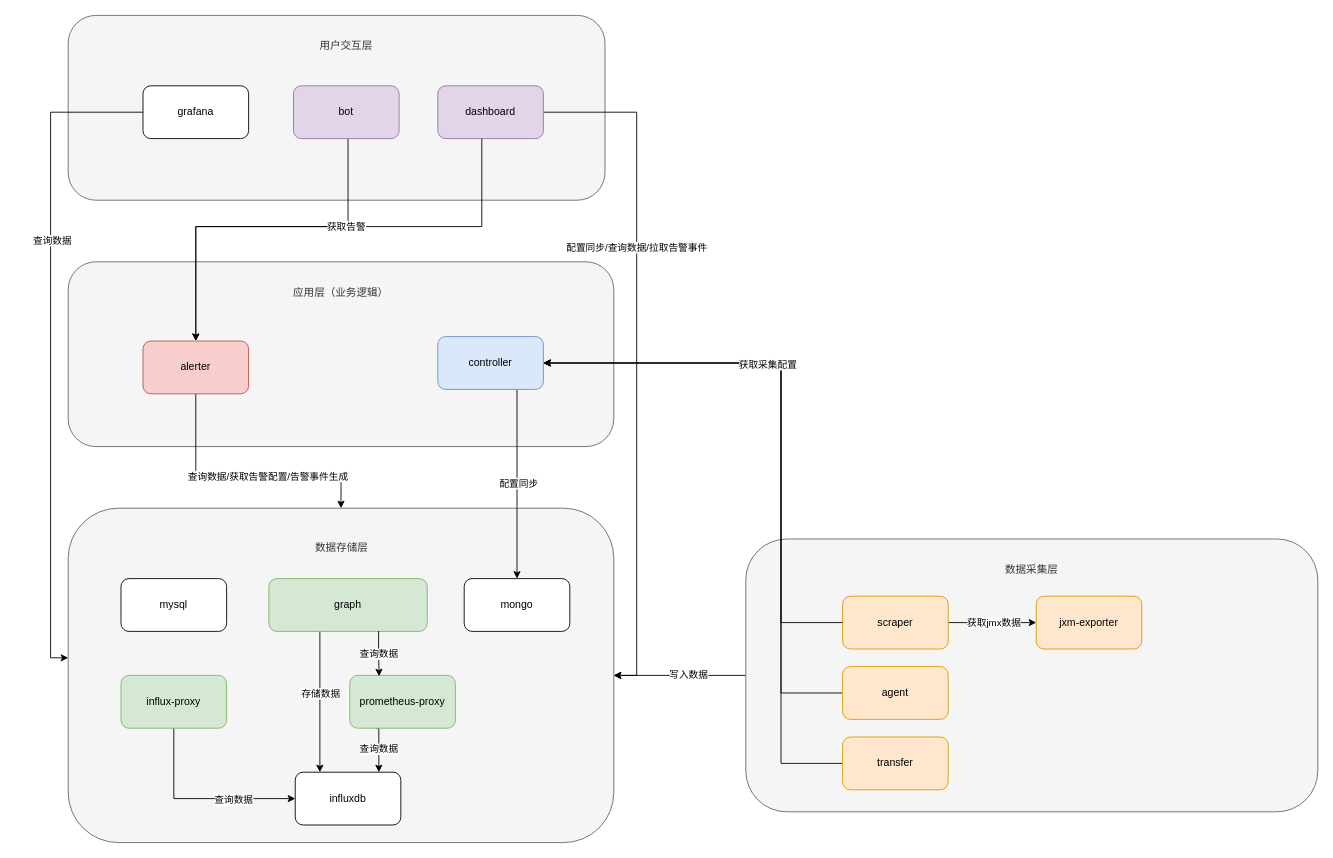
Above: polaris分层架构图.drawio in wupei-w/diagrams (draw.io), before the change. Source tidied: cells renumbered, new cells numbered last; positions are measured from the earlier drawing's top-left corner, leaving out a move shared by most shapes. Both pictures are drawn from the tidied source at 88%, with x=0, y=0 at pixel (50, 15).
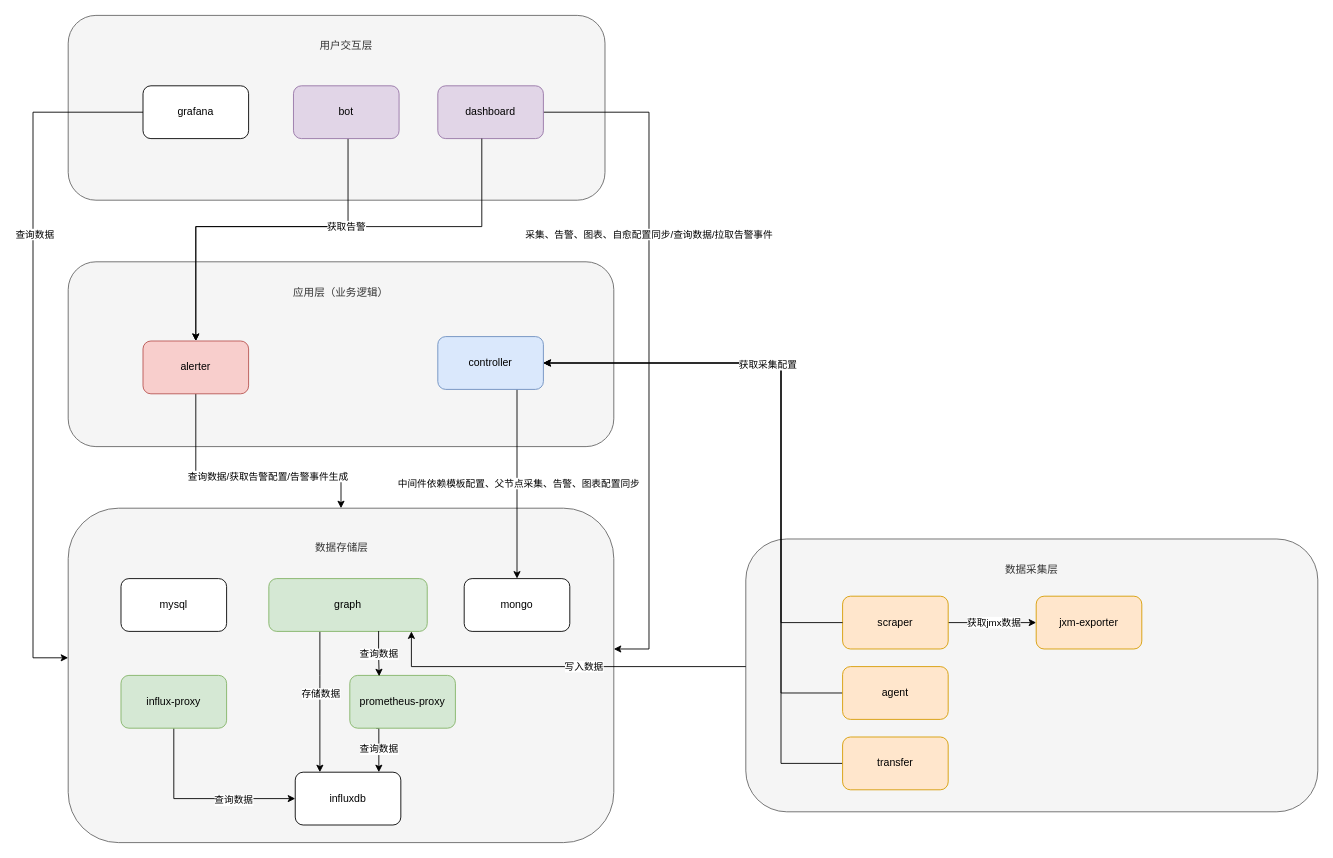
The same page after the edit.

Commit message:
更新polaris分层架构图.drawio

Unchanged cells that the change refers to:
```xml
<mxCell id="4" style="rounded=1;whiteSpace=wrap;html=1;fillColor=#f5f5f5;fontColor=#333333;strokeColor=#666666;" parent="1" vertex="1">
  <mxGeometry x="790" y="595" width="650" height="310" as="geometry" />
</mxCell>
<mxCell id="5" style="rounded=1;whiteSpace=wrap;html=1;fillColor=#f5f5f5;fontColor=#333333;strokeColor=#666666;" parent="1" vertex="1">
  <mxGeometry x="20" y="560" width="620" height="380" as="geometry" />
</mxCell>
<mxCell id="9" value="graph" style="rounded=1;whiteSpace=wrap;html=1;fillColor=#d5e8d4;strokeColor=#82b366;" parent="1" vertex="1">
  <mxGeometry x="248" y="640" width="180" height="60" as="geometry" />
</mxCell>
<mxCell id="20" style="edgeStyle=orthogonalEdgeStyle;rounded=0;jettySize=auto;html=1;entryX=0.5;entryY=0;entryDx=0;entryDy=0;" parent="1" edge="1" source="22" target="36">
  <mxGeometry relative="1" as="geometry">
    <Array as="points">
      <mxPoint x="530" y="470" />
      <mxPoint x="530" y="470" />
    </Array>
  </mxGeometry>
</mxCell>
<mxCell id="28" value="dashboard" style="rounded=1;whiteSpace=wrap;html=1;fillColor=#e1d5e7;strokeColor=#9673a6;" parent="1" vertex="1">
  <mxGeometry x="440" y="80" width="120" height="60" as="geometry" />
</mxCell>
<mxCell id="31" value="grafana" style="rounded=1;whiteSpace=wrap;html=1;" parent="1" vertex="1">
  <mxGeometry x="105" y="80" width="120" height="60" as="geometry" />
</mxCell>
```

Diff of the diagram source:
```diff
@@
-    <mxCell id="2" style="edgeStyle=orthogonalEdgeStyle;rounded=0;jettySize=auto;html=1;entryX=1;entryY=0.5;entryDx=0;entryDy=0;" parent="1" edge="1" source="4" target="5">
-      <mxGeometry relative="1" as="geometry" />
-    </mxCell>
-    <mxCell id="3" value="写入数据" style="edgeLabel;html=1;align=center;verticalAlign=middle;" parent="2" vertex="1">
-      <mxGeometry x="-0.12" y="-1" relative="1" as="geometry" />
-    </mxCell>
@@
-    <mxCell id="21" value="配置同步" style="edgeLabel;html=1;align=center;verticalAlign=middle;" parent="20" vertex="1">
+    <mxCell id="21" value="中间件依赖模板配置、父节点采集、告警、图表配置同步" style="edgeLabel;html=1;align=center;verticalAlign=middle;" parent="20" vertex="1">
       <mxGeometry x="-0.01" y="1" relative="1" as="geometry" />
     </mxCell>
@@
-    <mxCell id="26" style="edgeStyle=orthogonalEdgeStyle;rounded=0;jettySize=auto;html=1;entryX=1;entryY=0.5;entryDx=0;entryDy=0;" parent="1" edge="1" source="28" target="5">
+    <mxCell id="26" style="edgeStyle=orthogonalEdgeStyle;rounded=0;jettySize=auto;html=1;" parent="1" edge="1" source="28">
       <mxGeometry relative="1" as="geometry">
+        <mxPoint x="640" y="720" as="targetPoint" />
         <Array as="points">
-          <mxPoint x="666" y="110" />
-          <mxPoint x="666" y="750" />
+          <mxPoint x="680" y="110" />
+          <mxPoint x="680" y="720" />
         </Array>
       </mxGeometry>
     </mxCell>
-    <mxCell id="27" value="配置同步/查询数据/拉取告警事件" style="edgeLabel;html=1;align=center;verticalAlign=middle;" parent="26" vertex="1">
+    <mxCell id="27" value="采集、告警、图表、自愈配置同步/查询数据/拉取告警事件" style="edgeLabel;html=1;align=center;verticalAlign=middle;" parent="26" vertex="1">
       <mxGeometry x="-0.33" y="-1" relative="1" as="geometry" />
     </mxCell>
@@
     <mxCell id="29" style="edgeStyle=orthogonalEdgeStyle;rounded=0;jettySize=auto;html=1;" parent="1" edge="1" source="31">
       <mxGeometry relative="1" as="geometry">
         <mxPoint x="20" y="730" as="targetPoint" />
         <Array as="points">
-          <mxPoint y="110" />
-          <mxPoint y="730" />
-          <mxPoint x="20" y="730" />
+          <mxPoint x="-20" y="110" />
+          <mxPoint x="-20" y="730" />
         </Array>
       </mxGeometry>
     </mxCell>
@@
+    <mxCell id="2" style="edgeStyle=orthogonalEdgeStyle;rounded=0;jettySize=auto;html=1;" parent="1" edge="1" source="4" target="9">
+      <mxGeometry relative="1" as="geometry">
+        <Array as="points">
+          <mxPoint x="410" y="740" />
+        </Array>
+      </mxGeometry>
+    </mxCell>
+    <mxCell id="3" value="写入数据" style="edgeLabel;html=1;align=center;verticalAlign=middle;" parent="2" vertex="1">
+      <mxGeometry x="-0.12" y="-1" relative="1" as="geometry" />
+    </mxCell>
```
